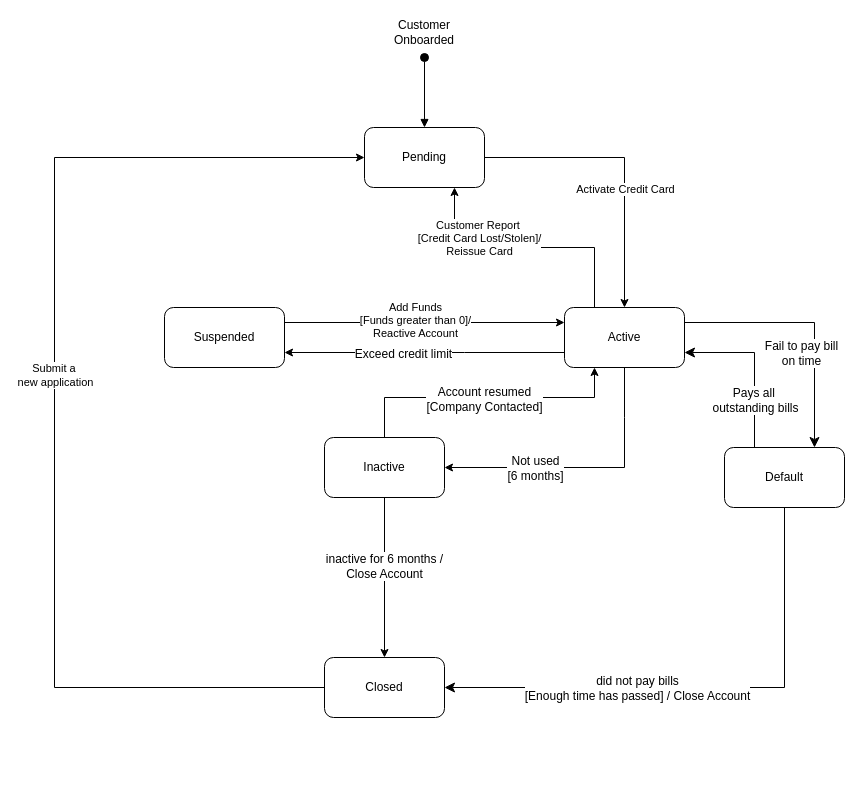
Before: page "Page-1" (1 of 3) of workshop6_week7.drawio in antonykimuom/SWEN30006-2025-SM1-workshop1-tuew05-14-00-team-12, a draw.io diagram. Source tidied: cells renumbered, new cells numbered last; positions are measured from the earlier drawing's top-left corner, leaving out a move shared by most shapes. Both pictures are drawn from the tidied source at 100%, with x=0, y=0 at pixel (54, 17).
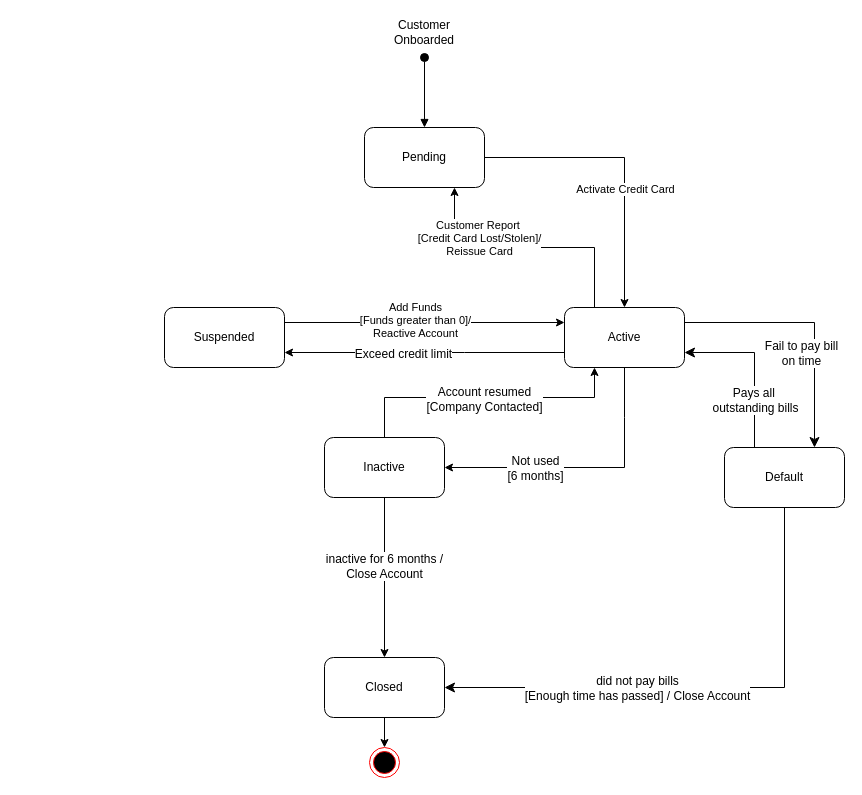
Above is the later version.

Unchanged cells that the change refers to:
```xml
<mxCell id="4" value="Pending" style="rounded=1;whiteSpace=wrap;html=1;" parent="1" vertex="1">
  <mxGeometry x="310" y="110" width="120" height="60" as="geometry" />
</mxCell>
<mxCell id="29" value="Closed" style="rounded=1;whiteSpace=wrap;html=1;" parent="1" vertex="1">
  <mxGeometry x="270" y="640" width="120" height="60" as="geometry" />
</mxCell>
```

The edit, as a diff of the source:
```diff
@@
-    <mxCell id="27" style="edgeStyle=orthogonalEdgeStyle;rounded=0;jettySize=auto;html=1;entryX=0;entryY=0.5;entryDx=0;entryDy=0;" parent="1" edge="1" source="29" target="4">
-      <mxGeometry relative="1" as="geometry">
-        <Array as="points">
-          <mxPoint y="670" />
-          <mxPoint y="140" />
-        </Array>
-      </mxGeometry>
-    </mxCell>
-    <mxCell id="28" value="Submit a&amp;nbsp;&lt;div&gt;new application&lt;/div&gt;" style="edgeLabel;html=1;align=center;verticalAlign=middle;" parent="27" vertex="1">
-      <mxGeometry x="0.05" relative="1" as="geometry" />
-    </mxCell>
@@
+    <mxCell id="32" style="ellipse;html=1;shape=endState;fillColor=#000000;strokeColor=#ff0000;" parent="1" vertex="1">
+      <mxGeometry x="315" y="730" width="30" height="30" as="geometry" />
+    </mxCell>
+    <mxCell id="33" style="endArrow=classic;html=1;rounded=0;exitX=0.5;exitY=1;exitDx=0;exitDy=0;entryX=0.5;entryY=0;entryDx=0;entryDy=0;" parent="1" edge="1" source="29" target="32">
+      <mxGeometry relative="1" as="geometry" />
+    </mxCell>
```
